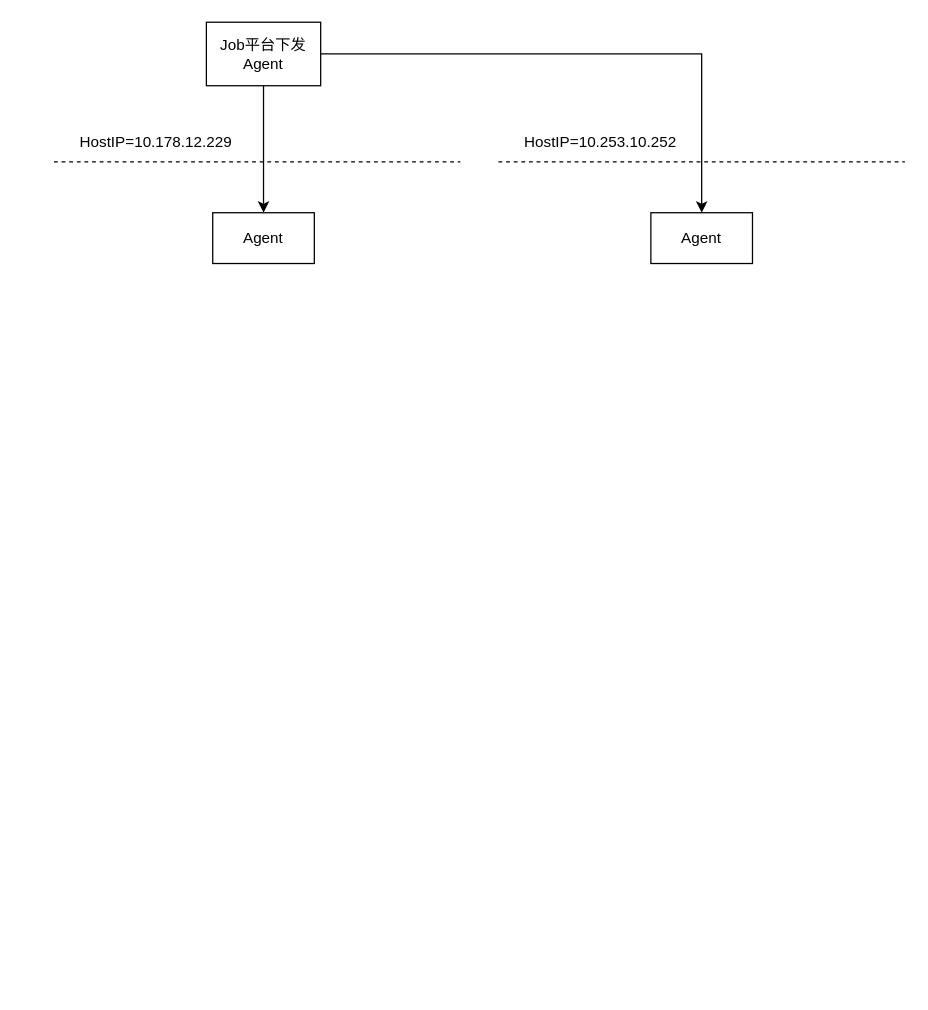
Earlier version of the draw.io diagram 未命名绘图.drawio (cityofwang/beats). Source tidied: cells renumbered, new cells numbered last; positions are measured from the earlier drawing's top-left corner, leaving out a move shared by most shapes. Both pictures are drawn from the tidied source at 127%, with x=0, y=0 at pixel (53, 22).
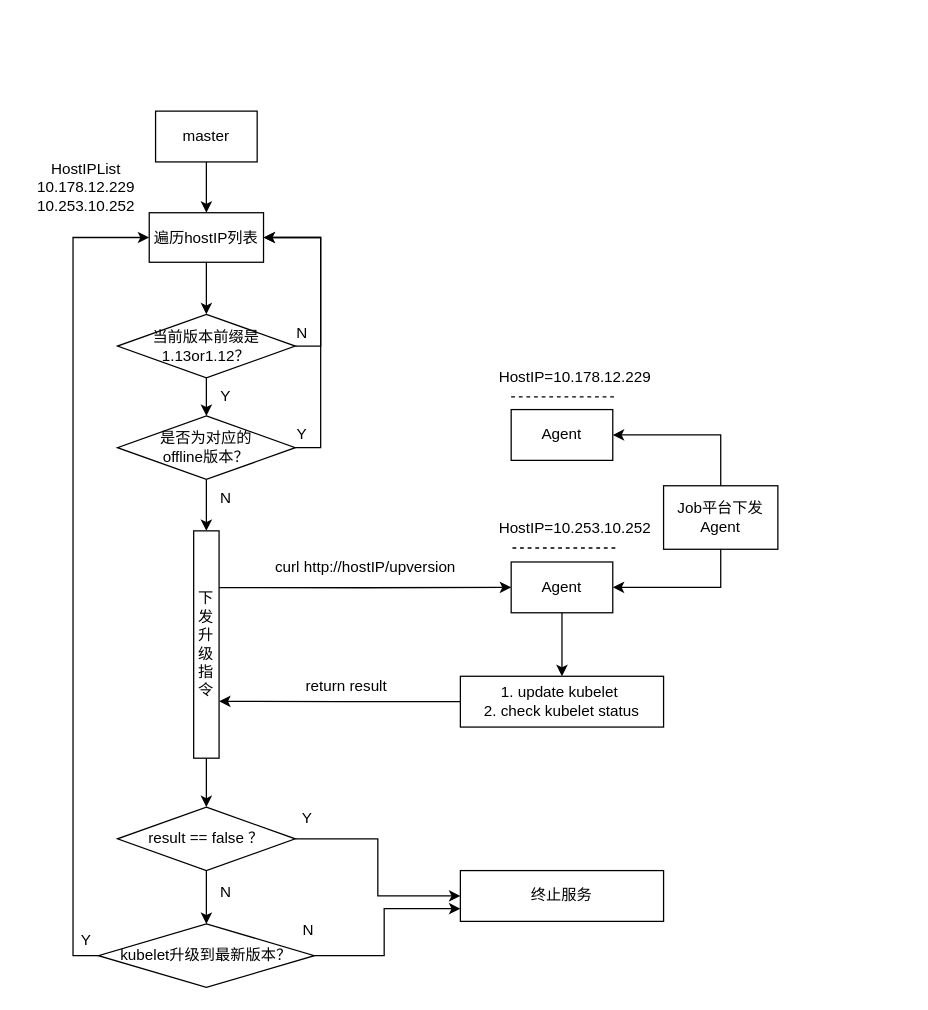
The same page after the edit.

Commit message:
更新未命名绘图.drawio

Change to the diagram source:
```diff
@@
     <mxCell id="2" value="Agent" style="rounded=0;whiteSpace=wrap;html=1;fillColor=none;" parent="1" vertex="1">
-      <mxGeometry x="125" y="150" width="80" height="40" as="geometry" />
+      <mxGeometry x="360" y="305" width="80" height="40" as="geometry" />
     </mxCell>
-    <mxCell id="3" style="edgeStyle=orthogonalEdgeStyle;rounded=0;jettySize=auto;html=1;entryX=0.5;entryY=0;entryDx=0;entryDy=0;" parent="1" edge="1" source="4" target="8">
+    <mxCell id="3" style="edgeStyle=orthogonalEdgeStyle;rounded=0;jettySize=auto;html=1;entryX=1;entryY=0.5;entryDx=0;entryDy=0;exitX=0.5;exitY=1;exitDx=0;exitDy=0;" parent="1" edge="1" source="4" target="8">
       <mxGeometry relative="1" as="geometry" />
     </mxCell>
+    <mxCell id="6" style="edgeStyle=orthogonalEdgeStyle;rounded=0;jettySize=auto;html=1;entryX=1;entryY=0.5;entryDx=0;entryDy=0;exitX=0.5;exitY=0;exitDx=0;exitDy=0;" parent="1" edge="1" source="4" target="2">
+      <mxGeometry relative="1" as="geometry" />
+    </mxCell>
     <mxCell id="4" value="Job平台下发Agent" style="rounded=0;whiteSpace=wrap;html=1;fillColor=none;" parent="1" vertex="1">
-      <mxGeometry x="120" width="90" height="50" as="geometry" />
+      <mxGeometry x="480" y="365" width="90" height="50" as="geometry" />
     </mxCell>
     <mxCell id="5" style="endArrow=none;dashed=1;html=1;rounded=0;" parent="1" edge="1">
       <mxGeometry relative="1" as="geometry">
-        <mxPoint y="110" as="sourcePoint" />
-        <mxPoint x="320" y="110" as="targetPoint" />
+        <mxPoint x="360" y="295" as="sourcePoint" />
+        <mxPoint x="444" y="295" as="targetPoint" />
       </mxGeometry>
     </mxCell>
-    <mxCell id="6" style="endArrow=classic;html=1;rounded=0;entryX=0.5;entryY=0;entryDx=0;entryDy=0;exitX=0.5;exitY=1;exitDx=0;exitDy=0;" parent="1" edge="1" source="4" target="2">
-      <mxGeometry relative="1" as="geometry" />
-    </mxCell>
     <mxCell id="7" value="HostIP=10.178.12.229" style="text;html=1;align=center;verticalAlign=middle;strokeColor=none;fillColor=none;" parent="1" vertex="1">
-      <mxGeometry x="10" y="80" width="140" height="30" as="geometry" />
+      <mxGeometry x="340" y="265" width="140" height="30" as="geometry" />
     </mxCell>
+    <mxCell id="11" style="edgeStyle=orthogonalEdgeStyle;rounded=0;jettySize=auto;html=1;entryX=0.5;entryY=0;entryDx=0;entryDy=0;" parent="1" edge="1" source="8" target="31">
+      <mxGeometry relative="1" as="geometry" />
+    </mxCell>
     <mxCell id="8" value="Agent" style="rounded=0;whiteSpace=wrap;html=1;fillColor=none;" parent="1" vertex="1">
-      <mxGeometry x="470" y="150" width="80" height="40" as="geometry" />
+      <mxGeometry x="360" y="425" width="80" height="40" as="geometry" />
     </mxCell>
-    <mxCell id="9" style="endArrow=none;dashed=1;html=1;rounded=0;" parent="1" edge="1">
-      <mxGeometry relative="1" as="geometry">
-        <mxPoint x="350" y="110" as="sourcePoint" />
-        <mxPoint x="670" y="110" as="targetPoint" />
-      </mxGeometry>
-    </mxCell>
     <mxCell id="10" value="HostIP=10.253.10.252" style="text;html=1;align=center;verticalAlign=middle;strokeColor=none;fillColor=none;" parent="1" vertex="1">
-      <mxGeometry x="360" y="80" width="140" height="30" as="geometry" />
+      <mxGeometry x="340" y="384" width="140" height="30" as="geometry" />
     </mxCell>
+    <mxCell id="12" style="endArrow=none;dashed=1;html=1;rounded=0;" parent="1" edge="1">
+      <mxGeometry relative="1" as="geometry">
+        <mxPoint x="361" y="414" as="sourcePoint" />
+        <mxPoint x="445" y="414" as="targetPoint" />
+      </mxGeometry>
+    </mxCell>
+    <mxCell id="13" style="edgeStyle=orthogonalEdgeStyle;rounded=0;jettySize=auto;html=1;entryX=0.5;entryY=0;entryDx=0;entryDy=0;" parent="1" edge="1" source="14" target="23">
+      <mxGeometry relative="1" as="geometry" />
+    </mxCell>
+    <mxCell id="14" value="master" style="rounded=0;whiteSpace=wrap;html=1;fillColor=none;" parent="1" vertex="1">
+      <mxGeometry x="80" y="70" width="80" height="40" as="geometry" />
+    </mxCell>
+    <mxCell id="15" value="HostIPList&lt;br&gt;10.178.12.229&lt;br&gt;10.253.10.252" style="text;html=1;align=center;verticalAlign=middle;strokeColor=none;fillColor=none;" parent="1" vertex="1">
+      <mxGeometry x="-25" y="100" width="100" height="60" as="geometry" />
+    </mxCell>
+    <mxCell id="16" style="edgeStyle=orthogonalEdgeStyle;rounded=0;jettySize=auto;html=1;entryX=1;entryY=0.5;entryDx=0;entryDy=0;exitX=1;exitY=0.5;exitDx=0;exitDy=0;" parent="1" edge="1" source="18" target="23">
+      <mxGeometry relative="1" as="geometry" />
+    </mxCell>
+    <mxCell id="17" style="edgeStyle=orthogonalEdgeStyle;rounded=0;jettySize=auto;html=1;entryX=0.5;entryY=0;entryDx=0;entryDy=0;" parent="1" edge="1" source="18" target="21">
+      <mxGeometry relative="1" as="geometry" />
+    </mxCell>
+    <mxCell id="18" value="当前版本前缀是1.13or1.12？" style="rhombus;whiteSpace=wrap;html=1;fillColor=none;" parent="1" vertex="1">
+      <mxGeometry x="50" y="230" width="140" height="50" as="geometry" />
+    </mxCell>
+    <mxCell id="19" style="edgeStyle=orthogonalEdgeStyle;rounded=0;jettySize=auto;html=1;entryX=1;entryY=0.5;entryDx=0;entryDy=0;exitX=1;exitY=0.5;exitDx=0;exitDy=0;" parent="1" edge="1" source="21" target="23">
+      <mxGeometry relative="1" as="geometry" />
+    </mxCell>
+    <mxCell id="20" style="edgeStyle=orthogonalEdgeStyle;rounded=0;jettySize=auto;html=1;entryX=0.5;entryY=0;entryDx=0;entryDy=0;" parent="1" edge="1" source="21" target="28">
+      <mxGeometry relative="1" as="geometry" />
+    </mxCell>
+    <mxCell id="21" value="是否为对应的&lt;br&gt;offline版本？" style="rhombus;whiteSpace=wrap;html=1;fillColor=none;" parent="1" vertex="1">
+      <mxGeometry x="50" y="310" width="140" height="50" as="geometry" />
+    </mxCell>
+    <mxCell id="22" style="edgeStyle=orthogonalEdgeStyle;rounded=0;jettySize=auto;html=1;entryX=0.5;entryY=0;entryDx=0;entryDy=0;" parent="1" edge="1" source="23" target="18">
+      <mxGeometry relative="1" as="geometry" />
+    </mxCell>
+    <mxCell id="23" value="遍历hostIP列表" style="rounded=0;whiteSpace=wrap;html=1;fillColor=none;" parent="1" vertex="1">
+      <mxGeometry x="75" y="150" width="90" height="39" as="geometry" />
+    </mxCell>
+    <mxCell id="24" value="N" style="text;html=1;align=center;verticalAlign=middle;strokeColor=none;fillColor=none;" parent="1" vertex="1">
+      <mxGeometry x="180" y="230" width="30" height="30" as="geometry" />
+    </mxCell>
+    <mxCell id="25" value="Y" style="text;html=1;align=center;verticalAlign=middle;strokeColor=none;fillColor=none;" parent="1" vertex="1">
+      <mxGeometry x="180" y="310" width="30" height="30" as="geometry" />
+    </mxCell>
+    <mxCell id="26" style="edgeStyle=orthogonalEdgeStyle;rounded=0;jettySize=auto;html=1;entryX=0;entryY=0.5;entryDx=0;entryDy=0;exitX=1;exitY=0.25;exitDx=0;exitDy=0;" parent="1" edge="1" source="28" target="8">
+      <mxGeometry relative="1" as="geometry" />
+    </mxCell>
+    <mxCell id="27" style="edgeStyle=orthogonalEdgeStyle;rounded=0;jettySize=auto;html=1;entryX=0.5;entryY=0;entryDx=0;entryDy=0;" parent="1" edge="1" source="28" target="35">
+      <mxGeometry relative="1" as="geometry" />
+    </mxCell>
+    <mxCell id="28" value="下发升级指令" style="rounded=0;whiteSpace=wrap;html=1;fillColor=none;" parent="1" vertex="1">
+      <mxGeometry x="110" y="400.5" width="20" height="179" as="geometry" />
+    </mxCell>
+    <mxCell id="29" value="curl http://hostIP/upversion" style="text;html=1;align=center;verticalAlign=middle;strokeColor=none;fillColor=none;" parent="1" vertex="1">
+      <mxGeometry x="160" y="414" width="170" height="30" as="geometry" />
+    </mxCell>
+    <mxCell id="30" style="edgeStyle=orthogonalEdgeStyle;rounded=0;jettySize=auto;html=1;entryX=1;entryY=0.75;entryDx=0;entryDy=0;" parent="1" edge="1" source="31" target="28">
+      <mxGeometry relative="1" as="geometry" />
+    </mxCell>
+    <mxCell id="31" value="1. update kubelet&amp;nbsp;&lt;br&gt;2. check kubelet status" style="rounded=0;whiteSpace=wrap;html=1;fillColor=none;" parent="1" vertex="1">
+      <mxGeometry x="320" y="515" width="160" height="40" as="geometry" />
+    </mxCell>
+    <mxCell id="32" value="return result" style="text;html=1;align=center;verticalAlign=middle;strokeColor=none;fillColor=none;" parent="1" vertex="1">
+      <mxGeometry x="185" y="508" width="90" height="30" as="geometry" />
+    </mxCell>
+    <mxCell id="33" style="edgeStyle=orthogonalEdgeStyle;rounded=0;jettySize=auto;html=1;entryX=0;entryY=0.5;entryDx=0;entryDy=0;" parent="1" edge="1" source="35" target="36">
+      <mxGeometry relative="1" as="geometry" />
+    </mxCell>
+    <mxCell id="34" style="edgeStyle=orthogonalEdgeStyle;rounded=0;jettySize=auto;html=1;entryX=0.5;entryY=0;entryDx=0;entryDy=0;" parent="1" edge="1" source="35" target="40">
+      <mxGeometry relative="1" as="geometry" />
+    </mxCell>
+    <mxCell id="35" value="result == false ？" style="rhombus;whiteSpace=wrap;html=1;fillColor=none;" parent="1" vertex="1">
+      <mxGeometry x="50" y="618" width="140" height="50" as="geometry" />
+    </mxCell>
+    <mxCell id="36" value="终止服务" style="rounded=0;whiteSpace=wrap;html=1;fillColor=none;" parent="1" vertex="1">
+      <mxGeometry x="320" y="668" width="160" height="40" as="geometry" />
+    </mxCell>
+    <mxCell id="37" value="Y" style="text;html=1;align=center;verticalAlign=middle;strokeColor=none;fillColor=none;" parent="1" vertex="1">
+      <mxGeometry x="184" y="612" width="30" height="30" as="geometry" />
+    </mxCell>
+    <mxCell id="38" style="edgeStyle=orthogonalEdgeStyle;rounded=0;jettySize=auto;html=1;entryX=0;entryY=0.75;entryDx=0;entryDy=0;" parent="1" edge="1" source="40" target="36">
+      <mxGeometry relative="1" as="geometry">
+        <Array as="points">
+          <mxPoint x="260" y="735" />
+          <mxPoint x="260" y="698" />
+        </Array>
+      </mxGeometry>
+    </mxCell>
+    <mxCell id="39" style="edgeStyle=orthogonalEdgeStyle;rounded=0;jettySize=auto;html=1;entryX=0;entryY=0.5;entryDx=0;entryDy=0;exitX=0;exitY=0.5;exitDx=0;exitDy=0;" parent="1" edge="1" source="40" target="23">
+      <mxGeometry relative="1" as="geometry" />
+    </mxCell>
+    <mxCell id="40" value="kubelet升级到最新版本？" style="rhombus;whiteSpace=wrap;html=1;fillColor=none;" parent="1" vertex="1">
+      <mxGeometry x="35" y="710" width="170" height="50" as="geometry" />
+    </mxCell>
+    <mxCell id="41" value="N" style="text;html=1;align=center;verticalAlign=middle;strokeColor=none;fillColor=none;" parent="1" vertex="1">
+      <mxGeometry x="185" y="700" width="30" height="30" as="geometry" />
+    </mxCell>
+    <mxCell id="42" value="Y" style="text;html=1;align=center;verticalAlign=middle;strokeColor=none;fillColor=none;" parent="1" vertex="1">
+      <mxGeometry x="120" y="280" width="30" height="30" as="geometry" />
+    </mxCell>
+    <mxCell id="43" value="N" style="text;html=1;align=center;verticalAlign=middle;strokeColor=none;fillColor=none;" parent="1" vertex="1">
+      <mxGeometry x="120" y="360" width="30" height="30" as="geometry" />
+    </mxCell>
+    <mxCell id="44" value="N" style="text;html=1;align=center;verticalAlign=middle;strokeColor=none;fillColor=none;" parent="1" vertex="1">
+      <mxGeometry x="120" y="670" width="30" height="30" as="geometry" />
+    </mxCell>
+    <mxCell id="45" value="Y" style="text;html=1;align=center;verticalAlign=middle;strokeColor=none;fillColor=none;" parent="1" vertex="1">
+      <mxGeometry x="10" y="708" width="30" height="30" as="geometry" />
+    </mxCell>
```
